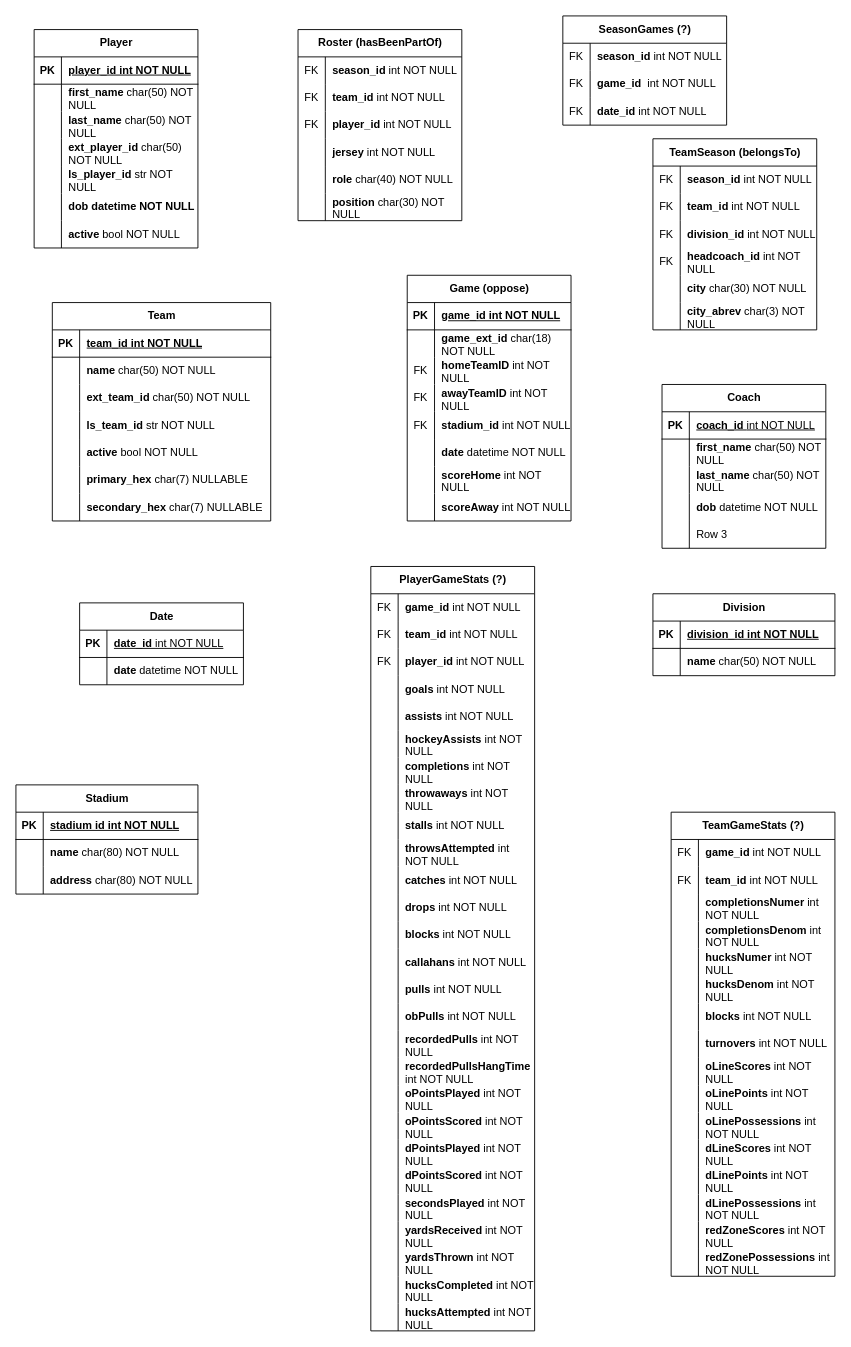
This is page "Relational Modeling Diagram" (2 of 4) of diagrams/PlayerTeam-ERDiagram.drawio from yukikongju/audl-analytics, a draw.io file, before an edit. Source tidied: cells renumbered, new cells numbered last; positions are measured from the earlier drawing's top-left corner, leaving out a move shared by most shapes. Both pictures are drawn from the tidied source at 91%, with x=0, y=0 at pixel (15, 15).
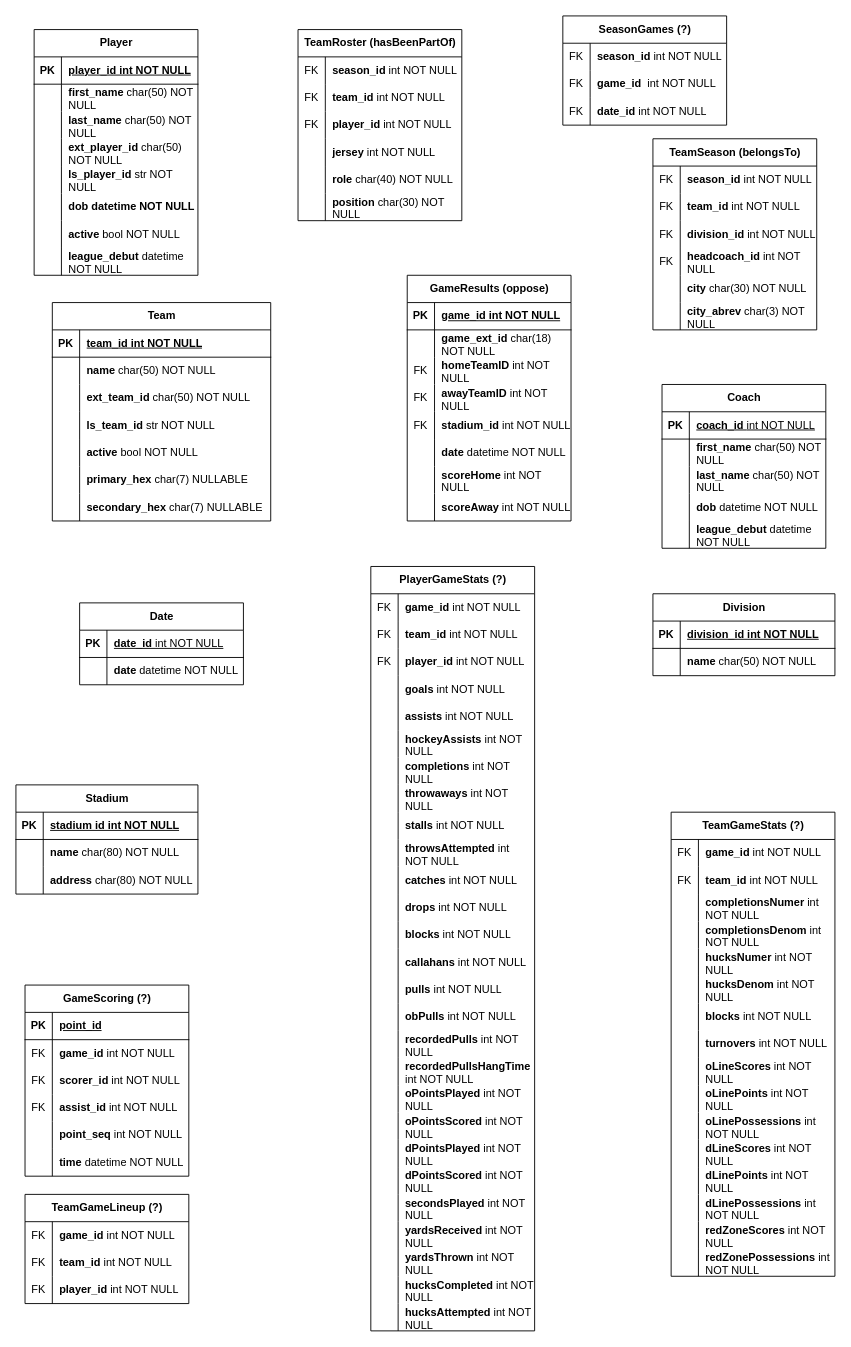
After the change.

Commit message (it also covers changes not shown here):
moved files to deprecated and update diagram

Unchanged cells that the change refers to:
```xml
<mxCell id="21" style="shape=tableRow;horizontal=0;startSize=0;swimlaneHead=0;swimlaneBody=0;fillColor=none;top=0;left=0;right=0;bottom=0;" parent="2" vertex="1">
  <mxGeometry y="210" width="180" height="30" as="geometry" />
</mxCell>
<mxCell id="287" style="shape=tableRow;horizontal=0;startSize=0;swimlaneHead=0;swimlaneBody=0;fillColor=none;top=0;left=0;right=0;bottom=0;" parent="274" vertex="1">
  <mxGeometry y="150" width="180" height="30" as="geometry" />
</mxCell>
```

Change to the diagram source:
```diff
@@
     <mxCell id="2" value="Player" style="shape=table;startSize=30;childLayout=tableLayout;rowLines=0;fontStyle=1;align=center;html=1;" parent="1" vertex="1">
-      <mxGeometry x="20" y="15" width="180" height="240" as="geometry" />
+      <mxGeometry x="20" y="15" width="180" height="270" as="geometry" />
     </mxCell>
@@
-    <mxCell id="23" value="&lt;b&gt;active &lt;/b&gt;bool NOT NULL" style="shape=partialRectangle;fillColor=none;top=0;left=0;bottom=0;right=0;align=left;spacingLeft=6;overflow=hidden;whiteSpace=wrap;html=1;" parent="21" vertex="1">
+    <mxCell id="23" value="&lt;b&gt;active &lt;/b&gt;bool NOT NULL" style="shape=partialRectangle;fillColor=none;top=0;left=0;bottom=0;right=0;align=left;spacingLeft=6;overflow=hidden;whiteSpace=wrap;html=1;horizontal=1;" parent="21" vertex="1">
       <mxGeometry x="30" width="150" height="30" as="geometry" />
     </mxCell>
+    <mxCell id="290" style="shape=tableRow;horizontal=0;startSize=0;swimlaneHead=0;swimlaneBody=0;fillColor=none;top=0;left=0;right=0;bottom=0;" parent="2" vertex="1">
+      <mxGeometry y="240" width="180" height="30" as="geometry" />
+    </mxCell>
+    <mxCell id="291" value="&lt;span style=&quot;white-space: pre;&quot;&gt;&#9;&lt;/span&gt;" style="shape=partialRectangle;fillColor=none;top=0;left=0;bottom=0;right=0;overflow=hidden;whiteSpace=wrap;html=1;" parent="290" vertex="1">
+      <mxGeometry width="30" height="30" as="geometry" />
+    </mxCell>
+    <mxCell id="292" value="&lt;b&gt;league_debut&lt;/b&gt; datetime NOT NULL" style="shape=partialRectangle;fillColor=none;top=0;left=0;bottom=0;right=0;align=left;spacingLeft=6;overflow=hidden;whiteSpace=wrap;html=1;" parent="290" vertex="1">
+      <mxGeometry x="30" width="150" height="30" as="geometry" />
+    </mxCell>
@@
-    <mxCell id="53" value="Game (oppose)" style="shape=table;startSize=30;childLayout=tableLayout;rowLines=0;fontStyle=1;align=center;html=1;" parent="1" vertex="1">
+    <mxCell id="53" value="GameResults (oppose)" style="shape=table;startSize=30;childLayout=tableLayout;rowLines=0;fontStyle=1;align=center;html=1;" parent="1" vertex="1">
       <mxGeometry x="430" y="285" width="180" height="270" as="geometry" />
     </mxCell>
@@
-    <mxCell id="88" value="Roster (hasBeenPartOf)" style="shape=table;startSize=30;childLayout=tableLayout;rowLines=0;fontStyle=1;align=center;html=1;" parent="1" vertex="1">
+    <mxCell id="88" value="TeamRoster (hasBeenPartOf)" style="shape=table;startSize=30;childLayout=tableLayout;rowLines=0;fontStyle=1;align=center;html=1;" parent="1" vertex="1">
       <mxGeometry x="310" y="15" width="180" height="210" as="geometry" />
     </mxCell>
@@
-    <mxCell id="289" value="Row 3" style="shape=partialRectangle;fillColor=none;top=0;left=0;bottom=0;right=0;align=left;spacingLeft=6;overflow=hidden;whiteSpace=wrap;html=1;" parent="287" vertex="1">
+    <mxCell id="289" value="&lt;b&gt;league_debut&lt;/b&gt; datetime NOT NULL" style="shape=partialRectangle;fillColor=none;top=0;left=0;bottom=0;right=0;align=left;spacingLeft=6;overflow=hidden;whiteSpace=wrap;html=1;" parent="287" vertex="1">
       <mxGeometry x="30" width="150" height="30" as="geometry" />
     </mxCell>
+    <mxCell id="293" value="GameScoring (?)" style="shape=table;startSize=30;childLayout=tableLayout;rowLines=0;fontStyle=1;align=center;html=1;" parent="1" vertex="1">
+      <mxGeometry x="10" y="1065" width="180" height="210" as="geometry" />
+    </mxCell>
+    <mxCell id="294" style="shape=tableRow;horizontal=0;startSize=0;swimlaneHead=0;swimlaneBody=0;fillColor=none;top=0;left=0;right=0;bottom=1;" parent="293" vertex="1">
+      <mxGeometry y="30" width="180" height="30" as="geometry" />
+    </mxCell>
+    <mxCell id="295" value="PK" style="shape=partialRectangle;fillColor=none;top=0;left=0;bottom=0;right=0;fontStyle=1;overflow=hidden;whiteSpace=wrap;html=1;" parent="294" vertex="1">
+      <mxGeometry width="30" height="30" as="geometry" />
+    </mxCell>
+    <mxCell id="296" value="point_id" style="shape=partialRectangle;fillColor=none;top=0;left=0;bottom=0;right=0;align=left;spacingLeft=6;fontStyle=5;overflow=hidden;whiteSpace=wrap;html=1;" parent="294" vertex="1">
+      <mxGeometry x="30" width="150" height="30" as="geometry" />
+    </mxCell>
+    <mxCell id="297" style="shape=tableRow;horizontal=0;startSize=0;swimlaneHead=0;swimlaneBody=0;fillColor=none;top=0;left=0;right=0;bottom=0;" parent="293" vertex="1">
+      <mxGeometry y="60" width="180" height="30" as="geometry" />
+    </mxCell>
+    <mxCell id="298" value="FK" style="shape=partialRectangle;fillColor=none;top=0;left=0;bottom=0;right=0;overflow=hidden;whiteSpace=wrap;html=1;" parent="297" vertex="1">
+      <mxGeometry width="30" height="30" as="geometry" />
+    </mxCell>
+    <mxCell id="299" value="&lt;b&gt;game_id&lt;/b&gt; int NOT NULL" style="shape=partialRectangle;fillColor=none;top=0;left=0;bottom=0;right=0;align=left;spacingLeft=6;overflow=hidden;whiteSpace=wrap;html=1;" parent="297" vertex="1">
+      <mxGeometry x="30" width="150" height="30" as="geometry" />
+    </mxCell>
+    <mxCell id="300" style="shape=tableRow;horizontal=0;startSize=0;swimlaneHead=0;swimlaneBody=0;fillColor=none;top=0;left=0;right=0;bottom=0;" parent="293" vertex="1">
+      <mxGeometry y="90" width="180" height="30" as="geometry" />
+    </mxCell>
+    <mxCell id="301" value="FK" style="shape=partialRectangle;fillColor=none;top=0;left=0;bottom=0;right=0;overflow=hidden;whiteSpace=wrap;html=1;" parent="300" vertex="1">
+      <mxGeometry width="30" height="30" as="geometry" />
+    </mxCell>
+    <mxCell id="302" value="&lt;b&gt;scorer_id&lt;/b&gt; int NOT NULL" style="shape=partialRectangle;fillColor=none;top=0;left=0;bottom=0;right=0;align=left;spacingLeft=6;overflow=hidden;whiteSpace=wrap;html=1;" parent="300" vertex="1">
+      <mxGeometry x="30" width="150" height="30" as="geometry" />
+    </mxCell>
+    <mxCell id="303" style="shape=tableRow;horizontal=0;startSize=0;swimlaneHead=0;swimlaneBody=0;fillColor=none;top=0;left=0;right=0;bottom=0;" parent="293" vertex="1">
+      <mxGeometry y="120" width="180" height="30" as="geometry" />
+    </mxCell>
+    <mxCell id="304" value="FK" style="shape=partialRectangle;fillColor=none;top=0;left=0;bottom=0;right=0;overflow=hidden;whiteSpace=wrap;html=1;" parent="303" vertex="1">
+      <mxGeometry width="30" height="30" as="geometry" />
+    </mxCell>
+    <mxCell id="305" value="&lt;b&gt;assist_id&lt;/b&gt; int NOT NULL" style="shape=partialRectangle;fillColor=none;top=0;left=0;bottom=0;right=0;align=left;spacingLeft=6;overflow=hidden;whiteSpace=wrap;html=1;" parent="303" vertex="1">
+      <mxGeometry x="30" width="150" height="30" as="geometry" />
+    </mxCell>
+    <mxCell id="306" style="shape=tableRow;horizontal=0;startSize=0;swimlaneHead=0;swimlaneBody=0;fillColor=none;top=0;left=0;right=0;bottom=0;" parent="293" vertex="1">
+      <mxGeometry y="150" width="180" height="30" as="geometry" />
+    </mxCell>
+    <mxCell id="307" style="shape=partialRectangle;fillColor=none;top=0;left=0;bottom=0;right=0;overflow=hidden;whiteSpace=wrap;html=1;" parent="306" vertex="1">
+      <mxGeometry width="30" height="30" as="geometry" />
+    </mxCell>
+    <mxCell id="308" value="&lt;b&gt;point_seq&lt;/b&gt;&amp;nbsp;int NOT NULL" style="shape=partialRectangle;fillColor=none;top=0;left=0;bottom=0;right=0;align=left;spacingLeft=6;overflow=hidden;whiteSpace=wrap;html=1;" parent="306" vertex="1">
+      <mxGeometry x="30" width="150" height="30" as="geometry" />
+    </mxCell>
+    <mxCell id="309" style="shape=tableRow;horizontal=0;startSize=0;swimlaneHead=0;swimlaneBody=0;fillColor=none;top=0;left=0;right=0;bottom=0;" parent="293" vertex="1">
+      <mxGeometry y="180" width="180" height="30" as="geometry" />
+    </mxCell>
+    <mxCell id="310" style="shape=partialRectangle;fillColor=none;top=0;left=0;bottom=0;right=0;overflow=hidden;whiteSpace=wrap;html=1;" parent="309" vertex="1">
+      <mxGeometry width="30" height="30" as="geometry" />
+    </mxCell>
+    <mxCell id="311" value="&lt;b&gt;time&lt;/b&gt; datetime NOT NULL" style="shape=partialRectangle;fillColor=none;top=0;left=0;bottom=0;right=0;align=left;spacingLeft=6;overflow=hidden;whiteSpace=wrap;html=1;" parent="309" vertex="1">
+      <mxGeometry x="30" width="150" height="30" as="geometry" />
+    </mxCell>
+    <mxCell id="312" value="TeamGameLineup (?)" style="shape=table;startSize=30;childLayout=tableLayout;rowLines=0;fontStyle=1;align=center;html=1;" parent="1" vertex="1">
+      <mxGeometry x="10" y="1295" width="180" height="120" as="geometry" />
+    </mxCell>
+    <mxCell id="313" style="shape=tableRow;horizontal=0;startSize=0;swimlaneHead=0;swimlaneBody=0;fillColor=none;top=0;left=0;right=0;bottom=0;" parent="312" vertex="1">
+      <mxGeometry y="30" width="180" height="30" as="geometry" />
+    </mxCell>
+    <mxCell id="314" value="FK" style="shape=partialRectangle;fillColor=none;top=0;left=0;bottom=0;right=0;overflow=hidden;whiteSpace=wrap;html=1;" parent="313" vertex="1">
+      <mxGeometry width="30" height="30" as="geometry" />
+    </mxCell>
+    <mxCell id="315" value="&lt;b&gt;game_id&lt;/b&gt; int NOT NULL" style="shape=partialRectangle;fillColor=none;top=0;left=0;bottom=0;right=0;align=left;spacingLeft=6;overflow=hidden;whiteSpace=wrap;html=1;" parent="313" vertex="1">
+      <mxGeometry x="30" width="150" height="30" as="geometry" />
+    </mxCell>
+    <mxCell id="316" style="shape=tableRow;horizontal=0;startSize=0;swimlaneHead=0;swimlaneBody=0;fillColor=none;top=0;left=0;right=0;bottom=0;" parent="312" vertex="1">
+      <mxGeometry y="60" width="180" height="30" as="geometry" />
+    </mxCell>
+    <mxCell id="317" value="FK" style="shape=partialRectangle;fillColor=none;top=0;left=0;bottom=0;right=0;overflow=hidden;whiteSpace=wrap;html=1;" parent="316" vertex="1">
+      <mxGeometry width="30" height="30" as="geometry" />
+    </mxCell>
+    <mxCell id="318" value="&lt;b&gt;team_id&lt;/b&gt; int NOT NULL" style="shape=partialRectangle;fillColor=none;top=0;left=0;bottom=0;right=0;align=left;spacingLeft=6;overflow=hidden;whiteSpace=wrap;html=1;" parent="316" vertex="1">
+      <mxGeometry x="30" width="150" height="30" as="geometry" />
+    </mxCell>
+    <mxCell id="319" style="shape=tableRow;horizontal=0;startSize=0;swimlaneHead=0;swimlaneBody=0;fillColor=none;top=0;left=0;right=0;bottom=0;" parent="312" vertex="1">
+      <mxGeometry y="90" width="180" height="30" as="geometry" />
+    </mxCell>
+    <mxCell id="320" value="FK" style="shape=partialRectangle;fillColor=none;top=0;left=0;bottom=0;right=0;overflow=hidden;whiteSpace=wrap;html=1;" parent="319" vertex="1">
+      <mxGeometry width="30" height="30" as="geometry" />
+    </mxCell>
+    <mxCell id="321" value="&lt;b&gt;player_id&lt;/b&gt; int NOT NULL" style="shape=partialRectangle;fillColor=none;top=0;left=0;bottom=0;right=0;align=left;spacingLeft=6;overflow=hidden;whiteSpace=wrap;html=1;" parent="319" vertex="1">
+      <mxGeometry x="30" width="150" height="30" as="geometry" />
+    </mxCell>
```
